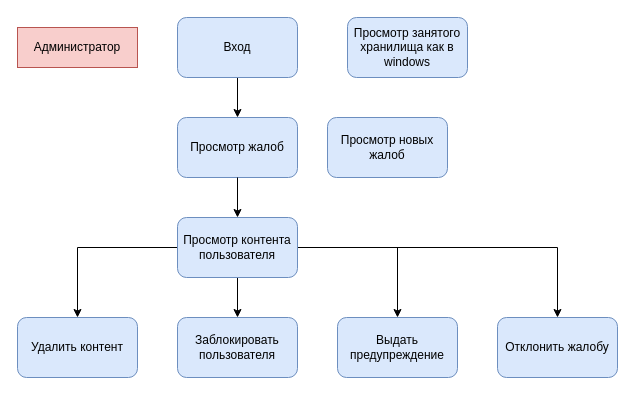
Above: page "Администратор" (1 of 2) of docs/Функционал.drawio in Kopchan/wepicsync (draw.io), before the change. Source tidied: cells renumbered, new cells numbered last; positions are measured from the earlier drawing's top-left corner, leaving out a move shared by most shapes. Both pictures are drawn from the tidied source at 100%, with x=0, y=0 at pixel (17, 17).
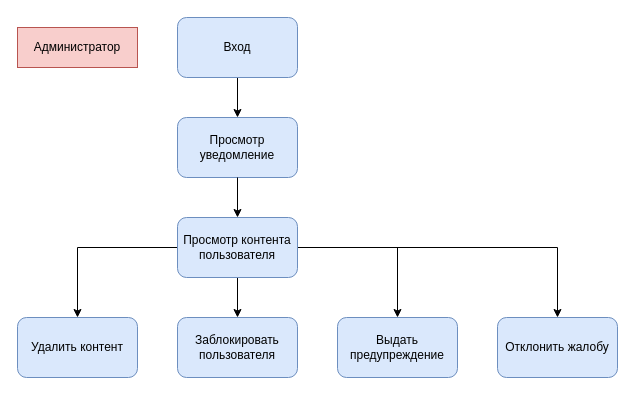
The same diagram, later.

Change to the diagram source:
```diff
@@
 <mxGraphModel>
   <root>
     <mxCell id="0" />
     <mxCell id="1" parent="0" />
     <mxCell id="2" value="Администратор" style="rounded=0;whiteSpace=wrap;html=1;fillColor=#f8cecc;strokeColor=#b85450;" parent="1" vertex="1">
       <mxGeometry y="10" width="120" height="40" as="geometry" />
     </mxCell>
     <mxCell id="3" style="edgeStyle=orthogonalEdgeStyle;rounded=0;jettySize=auto;html=1;" parent="1" edge="1" source="4" target="14">
       <mxGeometry relative="1" as="geometry" />
     </mxCell>
     <mxCell id="4" value="Вход" style="rounded=1;whiteSpace=wrap;html=1;fillColor=#dae8fc;strokeColor=#6c8ebf;" parent="1" vertex="1">
       <mxGeometry x="160" width="120" height="60" as="geometry" />
     </mxCell>
     <mxCell id="5" style="edgeStyle=orthogonalEdgeStyle;rounded=0;jettySize=auto;html=1;" parent="1" edge="1" source="9" target="12">
       <mxGeometry relative="1" as="geometry" />
     </mxCell>
     <mxCell id="6" style="edgeStyle=orthogonalEdgeStyle;rounded=0;jettySize=auto;html=1;" parent="1" edge="1" source="9" target="10">
       <mxGeometry relative="1" as="geometry" />
     </mxCell>
     <mxCell id="7" style="edgeStyle=orthogonalEdgeStyle;rounded=0;jettySize=auto;html=1;" parent="1" edge="1" source="9" target="11">
       <mxGeometry relative="1" as="geometry" />
     </mxCell>
     <mxCell id="8" style="edgeStyle=orthogonalEdgeStyle;rounded=0;jettySize=auto;html=1;" parent="1" edge="1" source="9" target="13">
       <mxGeometry relative="1" as="geometry" />
     </mxCell>
     <mxCell id="9" value="Просмотр контента пользователя" style="rounded=1;whiteSpace=wrap;html=1;fillColor=#dae8fc;strokeColor=#6c8ebf;" parent="1" vertex="1">
       <mxGeometry x="160" y="200" width="120" height="60" as="geometry" />
     </mxCell>
     <mxCell id="10" value="Заблокировать пользователя" style="rounded=1;whiteSpace=wrap;html=1;fillColor=#dae8fc;strokeColor=#6c8ebf;" parent="1" vertex="1">
       <mxGeometry x="160" y="300" width="120" height="60" as="geometry" />
     </mxCell>
     <mxCell id="11" value="Выдать предупреждение" style="rounded=1;whiteSpace=wrap;html=1;fillColor=#dae8fc;strokeColor=#6c8ebf;" parent="1" vertex="1">
       <mxGeometry x="320" y="300" width="120" height="60" as="geometry" />
     </mxCell>
     <mxCell id="12" value="Удалить контент" style="rounded=1;whiteSpace=wrap;html=1;fillColor=#dae8fc;strokeColor=#6c8ebf;" parent="1" vertex="1">
       <mxGeometry y="300" width="120" height="60" as="geometry" />
     </mxCell>
     <mxCell id="13" value="Отклонить жалобу" style="rounded=1;whiteSpace=wrap;html=1;fillColor=#dae8fc;strokeColor=#6c8ebf;" parent="1" vertex="1">
       <mxGeometry x="480" y="300" width="120" height="60" as="geometry" />
     </mxCell>
-    <mxCell id="14" value="Просмотр жалоб" style="rounded=1;whiteSpace=wrap;html=1;fillColor=#dae8fc;strokeColor=#6c8ebf;" parent="1" vertex="1">
+    <mxCell id="14" value="Просмотр уведомление" style="rounded=1;whiteSpace=wrap;html=1;fillColor=#dae8fc;strokeColor=#6c8ebf;" parent="1" vertex="1">
       <mxGeometry x="160" y="100" width="120" height="60" as="geometry" />
     </mxCell>
     <mxCell id="15" style="edgeStyle=orthogonalEdgeStyle;rounded=0;jettySize=auto;html=1;" parent="1" edge="1" source="14" target="9">
       <mxGeometry relative="1" as="geometry" />
     </mxCell>
-    <mxCell id="16" value="Просмотр новых жалоб" style="rounded=1;whiteSpace=wrap;html=1;fillColor=#dae8fc;strokeColor=#6c8ebf;" parent="1" vertex="1">
-      <mxGeometry x="310" y="100" width="120" height="60" as="geometry" />
-    </mxCell>
-    <mxCell id="17" value="Просмотр занятого хранилища как в windows" style="rounded=1;whiteSpace=wrap;html=1;fillColor=#dae8fc;strokeColor=#6c8ebf;" parent="1" vertex="1">
-      <mxGeometry x="330" width="120" height="60" as="geometry" />
-    </mxCell>
   </root>
 </mxGraphModel>
```
